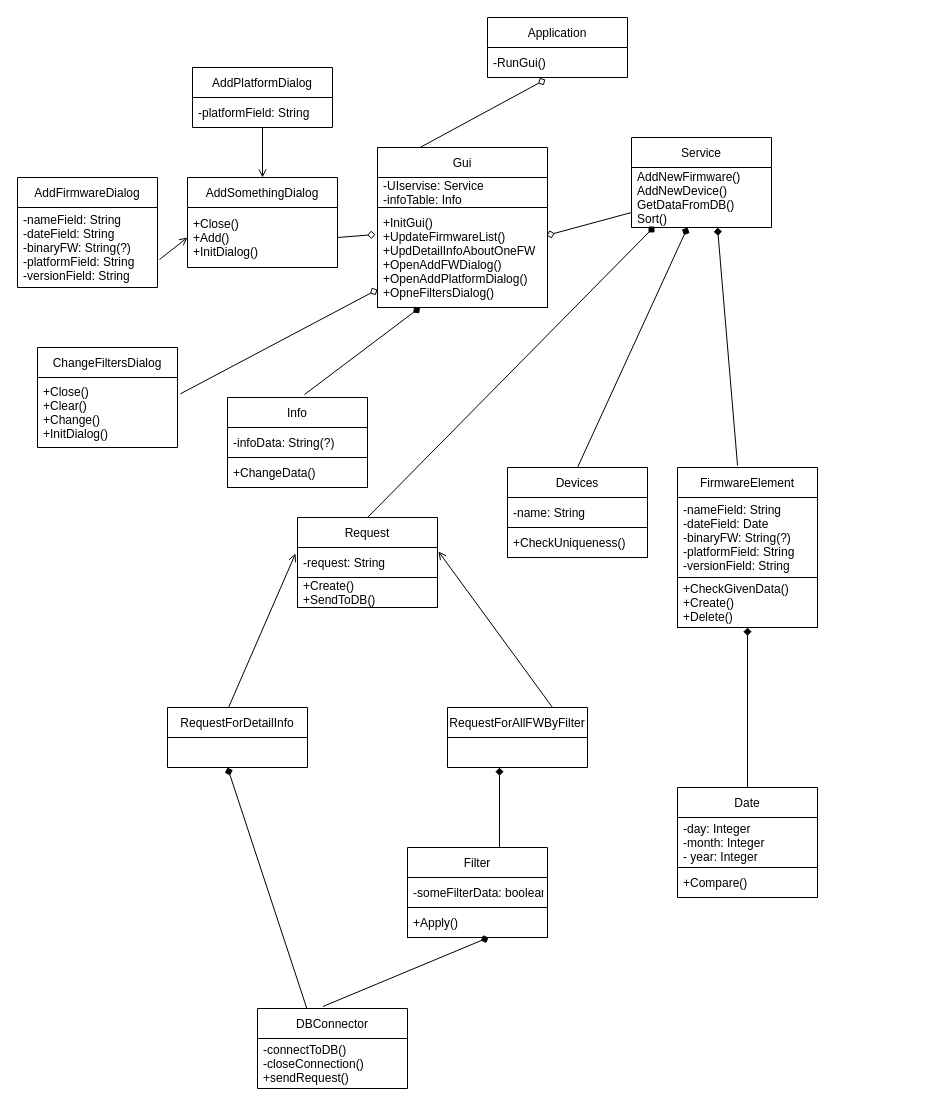
The draw.io diagram kursDiag.drawio in sophiiako/unik, before the edit. Source tidied: cells renumbered, new cells numbered last; positions are measured from the earlier drawing's top-left corner, leaving out a move shared by most shapes. Both pictures are drawn from the tidied source at 100%, with x=0, y=0 at pixel (17, 17).
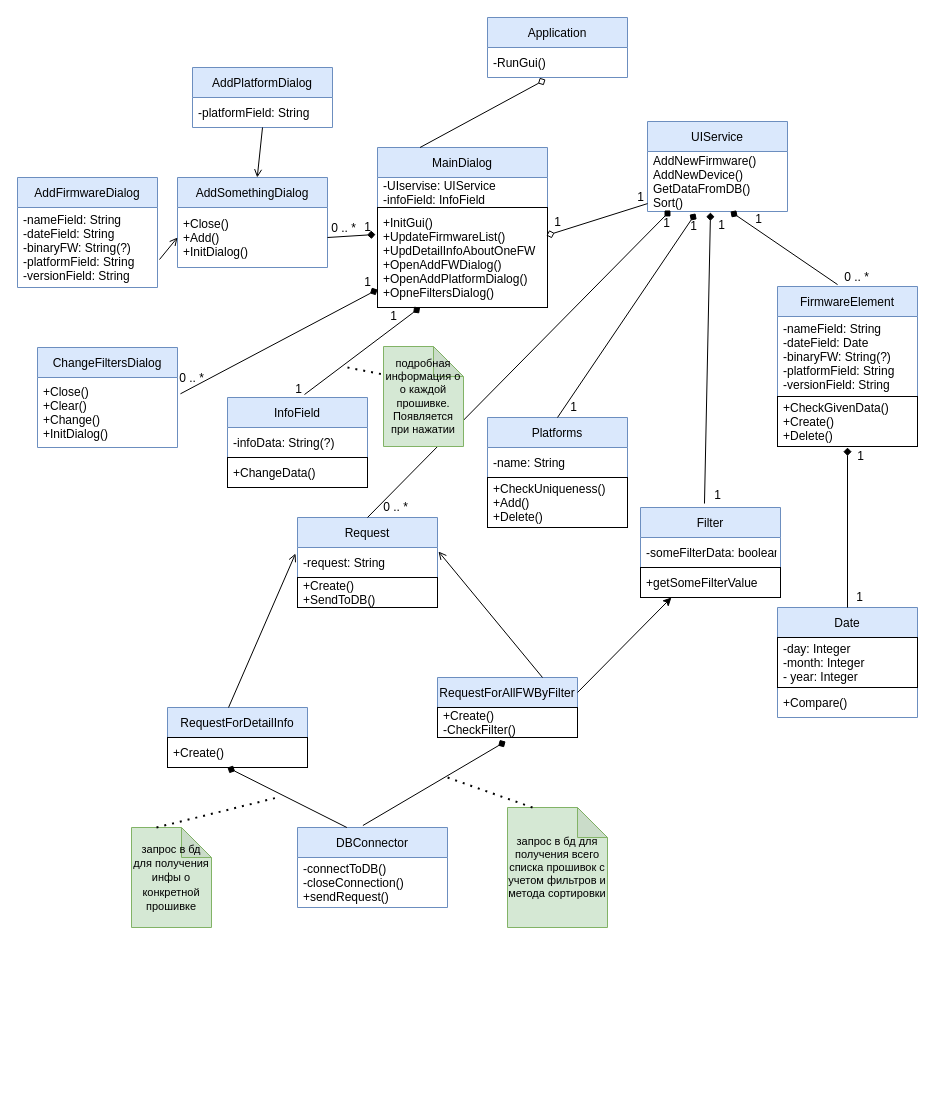
Above is the later version.

Unchanged cells that the change refers to:
```xml
<mxCell id="5" value="AddNewFirmware()&#10;AddNewDevice()&#10;GetDataFromDB()&#10;Sort()" style="text;strokeColor=none;fillColor=none;align=left;verticalAlign=middle;spacingLeft=4;spacingRight=4;overflow=hidden;points=[[0,0.5],[1,0.5]];portConstraint=eastwest;" parent="4" vertex="1">
  <mxGeometry y="30" width="140" height="60" as="geometry" />
</mxCell>
<mxCell id="8" value="+InitGui()&#10;+UpdateFirmwareList()&#10;+UpdDetailInfoAboutOneFW&#10;+OpenAddFWDialog()&#10;+OpenAddPlatformDialog()&#10;+OpneFiltersDialog()" style="text;strokeColor=default;fillColor=default;align=left;verticalAlign=middle;spacingLeft=4;spacingRight=4;overflow=hidden;points=[[0,0.5],[1,0.5]];portConstraint=eastwest;" parent="6" vertex="1">
  <mxGeometry y="60" width="170" height="100" as="geometry" />
</mxCell>
<mxCell id="42" value="+Close()&#10;+Add()&#10;+InitDialog()" style="text;strokeColor=none;fillColor=none;align=left;verticalAlign=middle;spacingLeft=4;spacingRight=4;overflow=hidden;points=[[0,0.5],[1,0.5]];portConstraint=eastwest;" parent="41" vertex="1">
  <mxGeometry y="30" width="150" height="60" as="geometry" />
</mxCell>
<mxCell id="52" value="+Close()&#10;+Clear()&#10;+Change()&#10;+InitDialog()" style="text;strokeColor=none;fillColor=none;align=left;verticalAlign=middle;spacingLeft=4;spacingRight=4;overflow=hidden;points=[[0,0.5],[1,0.5]];portConstraint=eastwest;" parent="51" vertex="1">
  <mxGeometry y="30" width="140" height="70" as="geometry" />
</mxCell>
```

The edit, as a diff of the source:
```diff
@@
-    <mxCell id="2" value="Application" style="swimlane;fontStyle=0;horizontal=1;startSize=30;" parent="1" vertex="1">
+    <mxCell id="2" value="Application" style="swimlane;fontStyle=0;horizontal=1;startSize=30;fillColor=#dae8fc;strokeColor=#6c8ebf;" parent="1" vertex="1">
       <mxGeometry x="470" width="140" height="60" as="geometry" />
     </mxCell>
@@
-    <mxCell id="4" value="Service" style="swimlane;fontStyle=0;horizontal=1;startSize=30;" parent="1" vertex="1">
-      <mxGeometry x="614" y="120" width="140" height="90" as="geometry" />
+    <mxCell id="4" value="UIService" style="swimlane;fontStyle=0;horizontal=1;startSize=30;fillColor=#dae8fc;strokeColor=#6c8ebf;" parent="1" vertex="1">
+      <mxGeometry x="630" y="104" width="140" height="90" as="geometry" />
     </mxCell>
@@
-    <mxCell id="6" value="Gui" style="swimlane;fontStyle=0;horizontal=1;startSize=30;" parent="1" vertex="1">
+    <mxCell id="6" value="MainDialog" style="swimlane;fontStyle=0;horizontal=1;startSize=30;fillColor=#dae8fc;strokeColor=#6c8ebf;" parent="1" vertex="1">
       <mxGeometry x="360" y="130" width="170" height="160" as="geometry" />
     </mxCell>
-    <mxCell id="7" value="-UIservise: Service&#10;-infoTable: Info" style="text;strokeColor=none;fillColor=none;align=left;verticalAlign=middle;spacingLeft=4;spacingRight=4;overflow=hidden;" parent="6" vertex="1">
+    <mxCell id="7" value="-UIservise: UIService&#10;-infoField: InfoField" style="text;strokeColor=none;fillColor=none;align=left;verticalAlign=middle;spacingLeft=4;spacingRight=4;overflow=hidden;" parent="6" vertex="1">
       <mxGeometry y="30" width="170" height="30" as="geometry" />
     </mxCell>
@@
-    <mxCell id="9" value="Date" style="swimlane;fontStyle=0;horizontal=1;startSize=30;" parent="1" vertex="1">
-      <mxGeometry x="660" y="770" width="140" height="110" as="geometry" />
+    <mxCell id="9" value="Date" style="swimlane;fontStyle=0;horizontal=1;startSize=30;fillColor=#dae8fc;strokeColor=#6c8ebf;" parent="1" vertex="1">
+      <mxGeometry x="760" y="590" width="140" height="110" as="geometry" />
     </mxCell>
@@
-    <mxCell id="12" value="DBConnector" style="swimlane;fontStyle=0;horizontal=1;startSize=30;" parent="1" vertex="1">
-      <mxGeometry x="240" y="991" width="150" height="80" as="geometry" />
+    <mxCell id="12" value="DBConnector" style="swimlane;fontStyle=0;horizontal=1;startSize=30;fillColor=#dae8fc;strokeColor=#6c8ebf;" parent="1" vertex="1">
+      <mxGeometry x="280" y="810" width="150" height="80" as="geometry" />
     </mxCell>
@@
-    <mxCell id="14" value="Devices" style="swimlane;fontStyle=0;horizontal=1;startSize=30;" parent="1" vertex="1">
-      <mxGeometry x="490" y="450" width="140" height="90" as="geometry" />
+    <mxCell id="14" value="Platforms" style="swimlane;fontStyle=0;horizontal=1;startSize=30;fillColor=#dae8fc;strokeColor=#6c8ebf;" parent="1" vertex="1">
+      <mxGeometry x="470" y="400" width="140" height="110" as="geometry" />
     </mxCell>
@@
-    <mxCell id="16" value="+CheckUniqueness()" style="text;strokeColor=default;fillColor=none;align=left;verticalAlign=middle;spacingLeft=4;spacingRight=4;overflow=hidden;" parent="14" vertex="1">
-      <mxGeometry y="60" width="140" height="30" as="geometry" />
+    <mxCell id="16" value="+CheckUniqueness()&#10;+Add()&#10;+Delete()" style="text;strokeColor=default;fillColor=none;align=left;verticalAlign=middle;spacingLeft=4;spacingRight=4;overflow=hidden;" parent="14" vertex="1">
+      <mxGeometry y="60" width="140" height="50" as="geometry" />
     </mxCell>
-    <mxCell id="17" value="Filter" style="swimlane;fontStyle=0;horizontal=1;startSize=30;" parent="1" vertex="1">
-      <mxGeometry x="390" y="830" width="140" height="60" as="geometry" />
-    </mxCell>
-    <mxCell id="18" value="-someFilterData: boolean" style="text;strokeColor=none;fillColor=none;align=left;verticalAlign=middle;spacingLeft=4;spacingRight=4;overflow=hidden;" parent="17" vertex="1">
-      <mxGeometry y="30" width="140" height="30" as="geometry" />
-    </mxCell>
-    <mxCell id="19" value="FirmwareElement" style="swimlane;fontStyle=0;horizontal=1;startSize=30;" parent="1" vertex="1">
-      <mxGeometry x="660" y="450" width="140" height="160" as="geometry" />
+    <mxCell id="19" value="FirmwareElement" style="swimlane;fontStyle=0;horizontal=1;startSize=30;fillColor=#dae8fc;strokeColor=#6c8ebf;" parent="1" vertex="1">
+      <mxGeometry x="760" y="269" width="140" height="160" as="geometry" />
     </mxCell>
@@
-    <mxCell id="22" value="Info" style="swimlane;fontStyle=0;horizontal=1;startSize=30;" parent="1" vertex="1">
+    <mxCell id="22" value="InfoField" style="swimlane;fontStyle=0;horizontal=1;startSize=30;fillColor=#dae8fc;strokeColor=#6c8ebf;" parent="1" vertex="1">
       <mxGeometry x="210" y="380" width="140" height="90" as="geometry" />
     </mxCell>
@@
-    <mxCell id="25" value="Request" style="swimlane;fontStyle=0;horizontal=1;startSize=30;" parent="1" vertex="1">
+    <mxCell id="25" value="Request" style="swimlane;fontStyle=0;horizontal=1;startSize=30;fillColor=#dae8fc;strokeColor=#6c8ebf;" parent="1" vertex="1">
       <mxGeometry x="280" y="500" width="140" height="90" as="geometry" />
     </mxCell>
@@
-    <mxCell id="28" style="endArrow=none;html=1;rounded=0;startArrow=diamond;startFill=0;entryX=0;entryY=0.5;entryDx=0;entryDy=0;endFill=0;exitX=0.994;exitY=0.28;exitDx=0;exitDy=0;exitPerimeter=0;" parent="1" edge="1" source="8">
-      <mxGeometry relative="1" as="geometry">
-        <mxPoint x="614" y="195" as="targetPoint" />
-      </mxGeometry>
+    <mxCell id="28" style="endArrow=none;html=1;rounded=0;startArrow=diamond;startFill=0;endFill=0;exitX=0.994;exitY=0.28;exitDx=0;exitDy=0;exitPerimeter=0;" parent="1" edge="1" source="8" target="5">
+      <mxGeometry relative="1" as="geometry" />
     </mxCell>
-    <mxCell id="29" style="endArrow=none;html=1;rounded=0;entryX=0.429;entryY=-0.012;entryDx=0;entryDy=0;entryPerimeter=0;startArrow=diamond;startFill=1;endFill=0;" parent="1" edge="1" target="19">
-      <mxGeometry relative="1" as="geometry">
-        <mxPoint x="700" y="210" as="sourcePoint" />
-      </mxGeometry>
+    <mxCell id="29" style="endArrow=none;html=1;rounded=0;entryX=0.429;entryY=-0.012;entryDx=0;entryDy=0;entryPerimeter=0;startArrow=diamond;startFill=1;endFill=0;exitX=0.593;exitY=1;exitDx=0;exitDy=0;exitPerimeter=0;" parent="1" edge="1" source="5" target="19">
+      <mxGeometry relative="1" as="geometry" />
     </mxCell>
-    <mxCell id="30" style="endArrow=none;html=1;rounded=0;entryX=0.5;entryY=0;entryDx=0;entryDy=0;startArrow=diamond;startFill=1;endFill=0;" parent="1" edge="1" target="14">
-      <mxGeometry relative="1" as="geometry">
-        <mxPoint x="670" y="210" as="sourcePoint" />
-      </mxGeometry>
+    <mxCell id="30" style="endArrow=none;html=1;rounded=0;entryX=0.5;entryY=0;entryDx=0;entryDy=0;startArrow=diamond;startFill=1;endFill=0;exitX=0.343;exitY=1.033;exitDx=0;exitDy=0;exitPerimeter=0;" parent="1" edge="1" source="5" target="14">
+      <mxGeometry relative="1" as="geometry" />
     </mxCell>
     <mxCell id="31" style="endArrow=none;html=1;rounded=0;entryX=0.5;entryY=0;entryDx=0;entryDy=0;startArrow=diamond;startFill=1;endFill=0;" parent="1" edge="1" target="9">
       <mxGeometry relative="1" as="geometry">
-        <mxPoint x="730" y="610" as="sourcePoint" />
+        <mxPoint x="830" y="430" as="sourcePoint" />
       </mxGeometry>
     </mxCell>
@@
-    <mxCell id="35" value="RequestForDetailInfo" style="swimlane;fontStyle=0;horizontal=1;startSize=30;" parent="1" vertex="1">
+    <mxCell id="35" value="RequestForDetailInfo" style="swimlane;fontStyle=0;horizontal=1;startSize=30;fillColor=#dae8fc;strokeColor=#6c8ebf;" parent="1" vertex="1">
       <mxGeometry x="150" y="690" width="140" height="60" as="geometry" />
     </mxCell>
+    <mxCell id="55" value="+Create()" style="text;strokeColor=default;fillColor=none;align=left;verticalAlign=middle;spacingLeft=4;spacingRight=4;overflow=hidden;" parent="35" vertex="1">
+      <mxGeometry y="30" width="140" height="30" as="geometry" />
+    </mxCell>
-    <mxCell id="36" value="RequestForAllFWByFilter" style="swimlane;fontStyle=0;horizontal=1;startSize=30;" parent="1" vertex="1">
-      <mxGeometry x="430" y="690" width="140" height="60" as="geometry" />
+    <mxCell id="36" value="RequestForAllFWByFilter" style="swimlane;fontStyle=0;horizontal=1;startSize=30;fillColor=#dae8fc;strokeColor=#6c8ebf;" parent="1" vertex="1">
+      <mxGeometry x="420" y="660" width="140" height="60" as="geometry" />
     </mxCell>
+    <mxCell id="56" value="+Create()&#10;-CheckFilter()" style="text;strokeColor=default;fillColor=none;align=left;verticalAlign=middle;spacingLeft=4;spacingRight=4;overflow=hidden;points=[[0,0.5],[1,0.5]];portConstraint=eastwest;" parent="36" vertex="1">
+      <mxGeometry y="30" width="140" height="30" as="geometry" />
+    </mxCell>
@@
-    <mxCell id="39" style="endArrow=none;html=1;rounded=0;entryX=0.657;entryY=0;entryDx=0;entryDy=0;entryPerimeter=0;startArrow=diamond;startFill=1;endFill=0;" parent="1" edge="1" target="17">
-      <mxGeometry relative="1" as="geometry">
-        <mxPoint x="482" y="750" as="sourcePoint" />
-      </mxGeometry>
-    </mxCell>
-    <mxCell id="40" style="endArrow=none;html=1;rounded=0;exitX=0.579;exitY=1;exitDx=0;exitDy=0;exitPerimeter=0;entryX=0.436;entryY=-0.025;entryDx=0;entryDy=0;entryPerimeter=0;startArrow=diamond;startFill=1;endFill=0;" parent="1" edge="1" source="54" target="12">
+    <mxCell id="40" style="endArrow=none;html=1;rounded=0;exitX=0.486;exitY=1.133;exitDx=0;exitDy=0;exitPerimeter=0;entryX=0.436;entryY=-0.025;entryDx=0;entryDy=0;entryPerimeter=0;startArrow=diamond;startFill=1;endFill=0;" parent="1" edge="1" source="56" target="12">
       <mxGeometry relative="1" as="geometry" />
     </mxCell>
-    <mxCell id="41" value="AddSomethingDialog" style="swimlane;fontStyle=0;horizontal=1;startSize=30;" parent="1" vertex="1">
-      <mxGeometry x="170" y="160" width="150" height="90" as="geometry" />
+    <mxCell id="41" value="AddSomethingDialog" style="swimlane;fontStyle=0;horizontal=1;startSize=30;fillColor=#dae8fc;strokeColor=#6c8ebf;" parent="1" vertex="1">
+      <mxGeometry x="160" y="160" width="150" height="90" as="geometry" />
     </mxCell>
@@
-    <mxCell id="43" value="AddPlatformDialog" style="swimlane;fontStyle=0;horizontal=1;startSize=30;" parent="1" vertex="1">
+    <mxCell id="43" value="AddPlatformDialog" style="swimlane;fontStyle=0;horizontal=1;startSize=30;fillColor=#dae8fc;strokeColor=#6c8ebf;" parent="1" vertex="1">
       <mxGeometry x="175" y="50" width="140" height="60" as="geometry" />
     </mxCell>
@@
-    <mxCell id="45" value="AddFirmwareDialog" style="swimlane;fontStyle=0;horizontal=1;startSize=30;" parent="1" vertex="1">
+    <mxCell id="45" value="AddFirmwareDialog" style="swimlane;fontStyle=0;horizontal=1;startSize=30;fillColor=#dae8fc;strokeColor=#6c8ebf;" parent="1" vertex="1">
       <mxGeometry y="160" width="140" height="110" as="geometry" />
     </mxCell>
@@
-    <mxCell id="47" style="endArrow=none;html=1;rounded=0;exitX=-0.014;exitY=-0.1;exitDx=0;exitDy=0;exitPerimeter=0;entryX=1;entryY=0.5;entryDx=0;entryDy=0;endFill=0;startArrow=diamond;startFill=0;" parent="1" edge="1" target="42">
+    <mxCell id="47" style="endArrow=none;html=1;rounded=0;exitX=-0.014;exitY=-0.1;exitDx=0;exitDy=0;exitPerimeter=0;entryX=1;entryY=0.5;entryDx=0;entryDy=0;endFill=0;startArrow=diamond;startFill=1;" parent="1" edge="1" target="42">
       <mxGeometry relative="1" as="geometry">
         <mxPoint x="358" y="217" as="sourcePoint" />
       </mxGeometry>
     </mxCell>
@@
-    <mxCell id="51" value="ChangeFiltersDialog" style="swimlane;fontStyle=0;horizontal=1;startSize=30;" parent="1" vertex="1">
+    <mxCell id="51" value="ChangeFiltersDialog" style="swimlane;fontStyle=0;horizontal=1;startSize=30;fillColor=#dae8fc;strokeColor=#6c8ebf;" parent="1" vertex="1">
       <mxGeometry x="20" y="330" width="140" height="100" as="geometry" />
     </mxCell>
@@
-    <mxCell id="53" style="endArrow=none;html=1;rounded=0;exitX=0;exitY=0.067;exitDx=0;exitDy=0;exitPerimeter=0;entryX=1.021;entryY=0.233;entryDx=0;entryDy=0;entryPerimeter=0;startArrow=diamond;startFill=0;endFill=0;" parent="1" edge="1" target="52">
+    <mxCell id="53" style="endArrow=none;html=1;rounded=0;exitX=0;exitY=0.067;exitDx=0;exitDy=0;exitPerimeter=0;entryX=1.021;entryY=0.233;entryDx=0;entryDy=0;entryPerimeter=0;startArrow=diamond;startFill=1;endFill=0;" parent="1" edge="1" target="52">
       <mxGeometry relative="1" as="geometry">
         <mxPoint x="360" y="272" as="sourcePoint" />
       </mxGeometry>
     </mxCell>
-    <mxCell id="54" value="+Apply()" style="text;strokeColor=default;fillColor=none;align=left;verticalAlign=middle;spacingLeft=4;spacingRight=4;overflow=hidden;points=[[0,0.5],[1,0.5]];portConstraint=eastwest;" parent="1" vertex="1">
-      <mxGeometry x="390" y="890" width="140" height="30" as="geometry" />
-    </mxCell>
+    <mxCell id="57" value="1" style="text;html=1;align=center;verticalAlign=middle;strokeColor=none;fillColor=none;" parent="1" vertex="1">
+      <mxGeometry x="613" y="170" width="20" height="20" as="geometry" />
+    </mxCell>
+    <mxCell id="58" value="1" style="text;html=1;align=center;verticalAlign=middle;strokeColor=none;fillColor=none;" parent="1" vertex="1">
+      <mxGeometry x="530" y="195" width="20" height="20" as="geometry" />
+    </mxCell>
+    <mxCell id="59" value="1" style="text;html=1;align=center;verticalAlign=middle;strokeColor=none;fillColor=none;" parent="1" vertex="1">
+      <mxGeometry x="340" y="200" width="20" height="20" as="geometry" />
+    </mxCell>
+    <mxCell id="60" value="0 .. *" style="text;html=1;align=center;verticalAlign=middle;strokeColor=none;fillColor=none;" parent="1" vertex="1">
+      <mxGeometry x="306" y="201" width="40" height="20" as="geometry" />
+    </mxCell>
+    <mxCell id="61" value="1" style="text;html=1;align=center;verticalAlign=middle;strokeColor=none;fillColor=none;" parent="1" vertex="1">
+      <mxGeometry x="340" y="255" width="20" height="20" as="geometry" />
+    </mxCell>
+    <mxCell id="62" value="0 .. *" style="text;html=1;align=center;verticalAlign=middle;strokeColor=none;fillColor=none;" parent="1" vertex="1">
+      <mxGeometry x="154" y="351" width="40" height="20" as="geometry" />
+    </mxCell>
+    <mxCell id="63" value="1" style="text;html=1;align=center;verticalAlign=middle;strokeColor=none;fillColor=none;" parent="1" vertex="1">
+      <mxGeometry x="366" y="289" width="20" height="20" as="geometry" />
+    </mxCell>
+    <mxCell id="64" value="1" style="text;html=1;align=center;verticalAlign=middle;strokeColor=none;fillColor=none;" parent="1" vertex="1">
+      <mxGeometry x="271" y="362" width="20" height="20" as="geometry" />
+    </mxCell>
+    <mxCell id="65" value="1" style="text;html=1;align=center;verticalAlign=middle;strokeColor=none;fillColor=none;" parent="1" vertex="1">
+      <mxGeometry x="731" y="192" width="20" height="20" as="geometry" />
+    </mxCell>
+    <mxCell id="66" value="0 .. *" style="text;html=1;align=center;verticalAlign=middle;strokeColor=none;fillColor=none;" parent="1" vertex="1">
+      <mxGeometry x="819" y="250" width="40" height="20" as="geometry" />
+    </mxCell>
+    <mxCell id="67" value="1" style="text;html=1;align=center;verticalAlign=middle;strokeColor=none;fillColor=none;" parent="1" vertex="1">
+      <mxGeometry x="546" y="380" width="20" height="20" as="geometry" />
+    </mxCell>
+    <mxCell id="68" value="1" style="text;html=1;align=center;verticalAlign=middle;strokeColor=none;fillColor=none;" parent="1" vertex="1">
+      <mxGeometry x="666" y="199" width="20" height="20" as="geometry" />
+    </mxCell>
+    <mxCell id="69" value="0 .. *" style="text;html=1;align=center;verticalAlign=middle;strokeColor=none;fillColor=none;" parent="1" vertex="1">
+      <mxGeometry x="358" y="480" width="40" height="20" as="geometry" />
+    </mxCell>
+    <mxCell id="70" value="1" style="text;html=1;align=center;verticalAlign=middle;strokeColor=none;fillColor=none;" parent="1" vertex="1">
+      <mxGeometry x="639" y="196" width="20" height="20" as="geometry" />
+    </mxCell>
+    <mxCell id="71" value="1" style="text;html=1;align=center;verticalAlign=middle;strokeColor=none;fillColor=none;" parent="1" vertex="1">
+      <mxGeometry x="833" y="429" width="20" height="20" as="geometry" />
+    </mxCell>
+    <mxCell id="72" value="1" style="text;html=1;align=center;verticalAlign=middle;strokeColor=none;fillColor=none;" parent="1" vertex="1">
+      <mxGeometry x="832" y="570" width="20" height="20" as="geometry" />
+    </mxCell>
+    <mxCell id="17" value="Filter" style="swimlane;fontStyle=0;horizontal=1;startSize=30;fillColor=#dae8fc;strokeColor=#6c8ebf;" parent="1" vertex="1">
+      <mxGeometry x="623" y="490" width="140" height="90" as="geometry" />
+    </mxCell>
+    <mxCell id="18" value="-someFilterData: boolean" style="text;strokeColor=none;fillColor=none;align=left;verticalAlign=middle;spacingLeft=4;spacingRight=4;overflow=hidden;" parent="17" vertex="1">
+      <mxGeometry y="30" width="140" height="30" as="geometry" />
+    </mxCell>
+    <mxCell id="73" value="+getSomeFilterValue" style="text;strokeColor=default;fillColor=none;align=left;verticalAlign=middle;spacingLeft=4;spacingRight=4;overflow=hidden;points=[[0,0.5],[1,0.5]];portConstraint=eastwest;" parent="17" vertex="1">
+      <mxGeometry y="60" width="140" height="30" as="geometry" />
+    </mxCell>
+    <mxCell id="74" style="endArrow=diamond;html=1;rounded=0;exitX=0.457;exitY=-0.044;exitDx=0;exitDy=0;exitPerimeter=0;entryX=0.45;entryY=1.017;entryDx=0;entryDy=0;entryPerimeter=0;endFill=1;" parent="1" edge="1" source="17" target="5">
+      <mxGeometry relative="1" as="geometry" />
+    </mxCell>
+    <mxCell id="75" value="1" style="text;html=1;align=center;verticalAlign=middle;strokeColor=none;fillColor=none;" parent="1" vertex="1">
+      <mxGeometry x="694" y="198" width="20" height="20" as="geometry" />
+    </mxCell>
+    <mxCell id="76" value="1" style="text;html=1;align=center;verticalAlign=middle;strokeColor=none;fillColor=none;" parent="1" vertex="1">
+      <mxGeometry x="690" y="468" width="20" height="20" as="geometry" />
+    </mxCell>
+    <mxCell id="77" style="endArrow=classic;html=1;rounded=0;exitX=1;exitY=0.25;exitDx=0;exitDy=0;entryX=0.221;entryY=1;entryDx=0;entryDy=0;entryPerimeter=0;" parent="1" edge="1" source="36" target="73">
+      <mxGeometry relative="1" as="geometry" />
+    </mxCell>
+    <mxCell id="78" value="&lt;font style=&quot;font-size: 11px&quot;&gt;запрос в бд для получения инфы о конкретной прошивке&lt;/font&gt;" style="shape=note;whiteSpace=wrap;html=1;backgroundOutline=1;darkOpacity=0.05;fillColor=#d5e8d4;strokeColor=#82b366;" parent="1" vertex="1">
+      <mxGeometry x="114" y="810" width="80" height="100" as="geometry" />
+    </mxCell>
+    <mxCell id="79" style="endArrow=none;dashed=1;html=1;dashPattern=1 3;strokeWidth=2;rounded=0;fontSize=11;exitX=0;exitY=0;exitDx=25;exitDy=0;exitPerimeter=0;" parent="1" edge="1" source="78">
+      <mxGeometry relative="1" as="geometry">
+        <mxPoint x="260" y="780" as="targetPoint" />
+      </mxGeometry>
+    </mxCell>
+    <mxCell id="80" value="запрос в бд для получения всего списка прошивок с учетом фильтров и метода сортировки" style="shape=note;whiteSpace=wrap;html=1;backgroundOutline=1;darkOpacity=0.05;fontSize=11;fillColor=#d5e8d4;strokeColor=#82b366;" parent="1" vertex="1">
+      <mxGeometry x="490" y="790" width="100" height="120" as="geometry" />
+    </mxCell>
+    <mxCell id="81" style="endArrow=none;dashed=1;html=1;dashPattern=1 3;strokeWidth=2;rounded=0;fontSize=11;exitX=0;exitY=0;exitDx=25;exitDy=0;exitPerimeter=0;" parent="1" edge="1" source="80">
+      <mxGeometry relative="1" as="geometry">
+        <mxPoint x="430" y="760" as="targetPoint" />
+      </mxGeometry>
+    </mxCell>
+    <mxCell id="82" value="подробная информация о о каждой прошивке. Появляется при нажатии" style="shape=note;whiteSpace=wrap;html=1;backgroundOutline=1;darkOpacity=0.05;fontSize=11;fillColor=#d5e8d4;strokeColor=#82b366;" parent="1" vertex="1">
+      <mxGeometry x="366" y="329" width="80" height="100" as="geometry" />
+    </mxCell>
+    <mxCell id="83" style="endArrow=none;dashed=1;html=1;dashPattern=1 3;strokeWidth=2;rounded=0;fontSize=11;entryX=0;entryY=0.28;entryDx=0;entryDy=0;entryPerimeter=0;" parent="1" edge="1" target="82">
+      <mxGeometry relative="1" as="geometry">
+        <mxPoint x="330" y="350" as="sourcePoint" />
+      </mxGeometry>
+    </mxCell>
```
